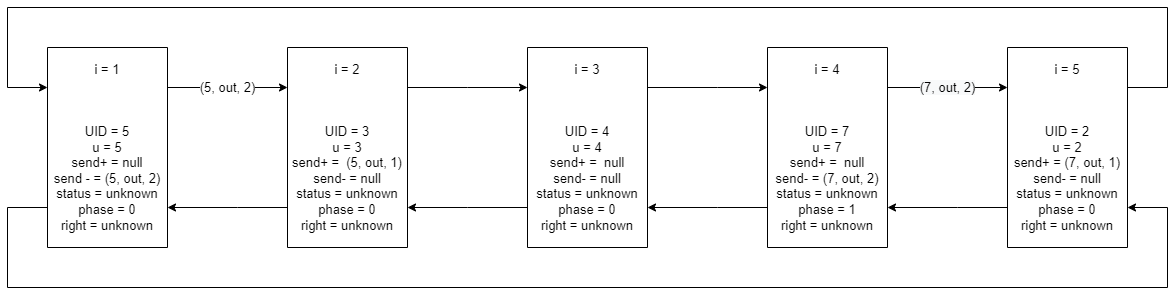
The draw.io diagram tods/04-tods.drawio.png in h1tlan/tods_first_exercise, before a commit. Source tidied: cells renumbered, new cells last; positions are measured from the earlier drawing's top-left corner, leaving out a move shared by most shapes.
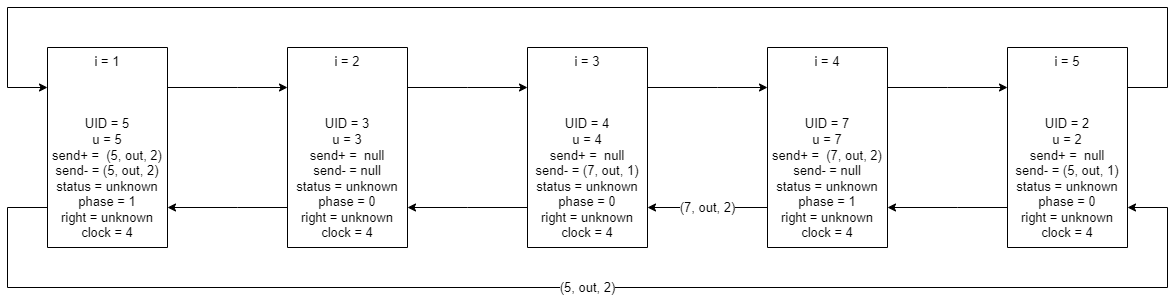
After the commit.

Diff of the diagram source:
```diff
@@ -2,7 +2,7 @@
   <root>
     <mxCell id="0" />
     <mxCell id="1" parent="0" />
-    <mxCell id="2" value="(5, out, 2)" style="edgeStyle=orthogonalEdgeStyle;rounded=0;jettySize=auto;html=1;labelBorderColor=none;fontSize=13;" parent="1" edge="1" source="4" target="7">
+    <mxCell id="2" style="edgeStyle=orthogonalEdgeStyle;rounded=0;jettySize=auto;html=1;labelBorderColor=none;fontSize=13;" parent="1" edge="1" source="4" target="7">
       <mxGeometry relative="1" as="geometry">
         <Array as="points">
           <mxPoint x="230" y="80" />
@@ -10,7 +10,7 @@
         </Array>
       </mxGeometry>
     </mxCell>
-    <mxCell id="3" style="edgeStyle=orthogonalEdgeStyle;rounded=0;jettySize=auto;html=1;labelBorderColor=none;fontSize=13;" parent="1" edge="1" source="4" target="16">
+    <mxCell id="3" value="(5, out, 2)" style="edgeStyle=orthogonalEdgeStyle;rounded=0;jettySize=auto;html=1;labelBorderColor=none;fontSize=13;" parent="1" edge="1" source="4" target="16">
       <mxGeometry relative="1" as="geometry">
         <Array as="points">
           <mxPoint y="200" />
@@ -20,7 +20,7 @@
         </Array>
       </mxGeometry>
     </mxCell>
-    <mxCell id="4" value="i = 1&lt;br&gt;&lt;br&gt;&lt;br&gt;&lt;br&gt;UID = 5&lt;br&gt;u = 5&lt;br&gt;send+ = null&lt;br&gt;send - = (5, out, 2)&lt;br&gt;status = unknown&lt;br&gt;phase = 0&lt;br&gt;right = unknown" style="rounded=0;whiteSpace=wrap;html=1;fontSize=13;direction=south;" parent="1" vertex="1">
+    <mxCell id="4" value="i = 1&lt;br&gt;&lt;br&gt;&lt;br&gt;&lt;br&gt;UID = 5&lt;br&gt;u = 5&lt;br&gt;send+ =&amp;nbsp; (5, out, 2)&lt;br&gt;send- = (5, out, 2)&lt;br&gt;status = unknown&lt;br&gt;phase = 1&lt;br&gt;right = unknown&lt;br&gt;clock = 4" style="rounded=0;whiteSpace=wrap;html=1;fontSize=13;direction=south;" parent="1" vertex="1">
       <mxGeometry x="40" y="40" width="120" height="200" as="geometry" />
     </mxCell>
     <mxCell id="5" style="edgeStyle=orthogonalEdgeStyle;rounded=0;jettySize=auto;html=1;labelBorderColor=none;fontSize=13;" parent="1" edge="1" source="7" target="4">
@@ -39,7 +39,7 @@
         </Array>
       </mxGeometry>
     </mxCell>
-    <mxCell id="7" value="i = 2&lt;br&gt;&lt;br&gt;&lt;br&gt;&lt;br&gt;UID = 3&lt;br&gt;u = 3&lt;br&gt;send+ =&amp;nbsp; (5, out, 1)&lt;br&gt;send- = null&lt;br&gt;status = unknown&lt;br&gt;phase = 0&lt;br&gt;right = unknown" style="rounded=0;whiteSpace=wrap;html=1;fontSize=13;direction=south;" parent="1" vertex="1">
+    <mxCell id="7" value="i = 2&lt;br&gt;&lt;br&gt;&lt;br&gt;&lt;br&gt;UID = 3&lt;br&gt;u = 3&lt;br&gt;send+ =&amp;nbsp; null&lt;br&gt;send- = null&lt;br&gt;status = unknown&lt;br&gt;phase = 0&lt;br&gt;right = unknown&lt;br&gt;clock = 4" style="rounded=0;whiteSpace=wrap;html=1;fontSize=13;direction=south;" parent="1" vertex="1">
       <mxGeometry x="280" y="40" width="120" height="200" as="geometry" />
     </mxCell>
     <mxCell id="8" style="edgeStyle=orthogonalEdgeStyle;rounded=0;jettySize=auto;html=1;labelBorderColor=none;fontSize=13;" parent="1" edge="1" source="10" target="7">
@@ -58,10 +58,10 @@
         </Array>
       </mxGeometry>
     </mxCell>
-    <mxCell id="10" value="i = 3&lt;br&gt;&lt;br&gt;&lt;br&gt;&lt;br&gt;UID = 4&lt;br&gt;u = 4&lt;br&gt;send+ =&amp;nbsp; null&lt;br&gt;send- = null&lt;br&gt;status = unknown&lt;br&gt;phase = 0&lt;br&gt;right = unknown" style="rounded=0;whiteSpace=wrap;html=1;fontSize=13;direction=south;" parent="1" vertex="1">
+    <mxCell id="10" value="i = 3&lt;br&gt;&lt;br&gt;&lt;br&gt;&lt;br&gt;UID = 4&lt;br&gt;u = 4&lt;br&gt;send+ =&amp;nbsp; null&lt;br&gt;send- = (7, out, 1)&lt;br&gt;status = unknown&lt;br&gt;phase = 0&lt;br&gt;right = unknown&lt;br&gt;clock = 4" style="rounded=0;whiteSpace=wrap;html=1;fontSize=13;direction=south;" parent="1" vertex="1">
       <mxGeometry x="520" y="40" width="120" height="200" as="geometry" />
     </mxCell>
-    <mxCell id="11" style="edgeStyle=orthogonalEdgeStyle;rounded=0;jettySize=auto;html=1;labelBorderColor=none;fontSize=13;" parent="1" edge="1" source="13" target="10">
+    <mxCell id="11" value="(7, out, 2)" style="edgeStyle=orthogonalEdgeStyle;rounded=0;jettySize=auto;html=1;labelBorderColor=none;fontSize=13;" parent="1" edge="1" source="13" target="10">
       <mxGeometry relative="1" as="geometry">
         <Array as="points">
           <mxPoint x="710" y="200" />
@@ -69,7 +69,7 @@
         </Array>
       </mxGeometry>
     </mxCell>
-    <mxCell id="12" value="&#10;&#10;&lt;span style=&quot;color: rgb(0, 0, 0); font-family: helvetica; font-size: 13px; font-style: normal; font-weight: 400; letter-spacing: normal; text-align: center; text-indent: 0px; text-transform: none; word-spacing: 0px; background-color: rgb(248, 249, 250); display: inline; float: none;&quot;&gt;(7, out, 2)&lt;/span&gt;&#10;&#10;" style="edgeStyle=orthogonalEdgeStyle;rounded=0;jettySize=auto;html=1;labelBorderColor=none;fontSize=13;" parent="1" edge="1" source="13" target="16">
+    <mxCell id="12" style="edgeStyle=orthogonalEdgeStyle;rounded=0;jettySize=auto;html=1;labelBorderColor=none;fontSize=13;" parent="1" edge="1" source="13" target="16">
       <mxGeometry relative="1" as="geometry">
         <Array as="points">
           <mxPoint x="940" y="80" />
@@ -77,7 +77,7 @@
         </Array>
       </mxGeometry>
     </mxCell>
-    <mxCell id="13" value="i = 4&lt;br&gt;&lt;br&gt;&lt;br&gt;&lt;br&gt;UID = 7&lt;br&gt;u = 7&lt;br&gt;send+ =&amp;nbsp; null&lt;br&gt;send- = (7, out, 2)&lt;br&gt;status = unknown&lt;br&gt;phase = 1&lt;br&gt;right = unknown" style="rounded=0;whiteSpace=wrap;html=1;fontSize=13;direction=south;" parent="1" vertex="1">
+    <mxCell id="13" value="i = 4&lt;br&gt;&lt;br&gt;&lt;br&gt;&lt;br&gt;UID = 7&lt;br&gt;u = 7&lt;br&gt;send+ =&amp;nbsp; (7, out, 2)&lt;br&gt;send- = null&lt;br&gt;status = unknown&lt;br&gt;phase = 1&lt;br&gt;right = unknown&lt;br&gt;clock = 4" style="rounded=0;whiteSpace=wrap;html=1;fontSize=13;direction=south;" parent="1" vertex="1">
       <mxGeometry x="760" y="40" width="120" height="200" as="geometry" />
     </mxCell>
     <mxCell id="14" style="edgeStyle=orthogonalEdgeStyle;rounded=0;jettySize=auto;html=1;labelBorderColor=none;fontSize=13;" parent="1" edge="1" source="16" target="13">
@@ -98,7 +98,7 @@
         </Array>
       </mxGeometry>
     </mxCell>
-    <mxCell id="16" value="i = 5&lt;br&gt;&lt;br&gt;&lt;br&gt;&lt;br&gt;UID = 2&lt;br&gt;u = 2&lt;br&gt;send+ =&amp;nbsp;&lt;span style=&quot;background-color: rgb(255 , 255 , 255)&quot;&gt;(7, out, 1)&lt;/span&gt;&lt;br&gt;send- = null&lt;br&gt;status = unknown&lt;br&gt;phase = 0&lt;br&gt;right = unknown" style="rounded=0;whiteSpace=wrap;html=1;fontSize=13;direction=south;" parent="1" vertex="1">
+    <mxCell id="16" value="i = 5&lt;br&gt;&lt;br&gt;&lt;br&gt;&lt;br&gt;UID = 2&lt;br&gt;u = 2&lt;br&gt;send+ =&amp;nbsp; null&lt;br&gt;send- = (5, out, 1)&lt;br&gt;status = unknown&lt;br&gt;phase = 0&lt;br&gt;right = unknown&lt;br&gt;clock = 4" style="rounded=0;whiteSpace=wrap;html=1;fontSize=13;direction=south;" parent="1" vertex="1">
       <mxGeometry x="1000" y="40" width="120" height="200" as="geometry" />
     </mxCell>
   </root>
```
